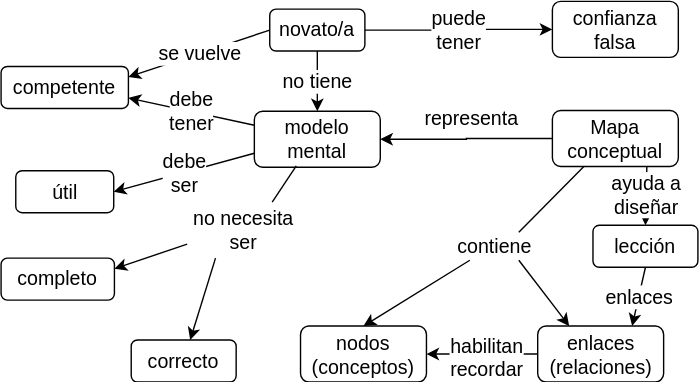
This is es/drawio/conceptmap-mental-models.svg from gvwilson/teachtogether.tech, a draw.io export, as it was before one commit. Source tidied: cells renumbered, new cells last; positions are measured from the earlier drawing's top-left corner, leaving out a move shared by most shapes. The source it was exported from:
```xml
<mxGraphModel>
  <root>
    <mxCell id="0" />
    <mxCell id="1" parent="0" />
    <mxCell id="2" value="modelo&lt;br&gt;mental" style="rounded=1;whiteSpace=wrap;html=1;fontSize=14;" parent="1" vertex="1">
      <mxGeometry x="181" y="79" width="90" height="40" as="geometry" />
    </mxCell>
    <mxCell id="3" value="competente" style="rounded=1;whiteSpace=wrap;html=1;fontSize=14;" parent="1" vertex="1">
      <mxGeometry y="47" width="91" height="30" as="geometry" />
    </mxCell>
    <mxCell id="4" value="no tiene" style="edgeStyle=orthogonalEdgeStyle;rounded=0;jettySize=auto;html=1;exitX=0.5;exitY=1;exitDx=0;exitDy=0;fontSize=14;" parent="1" edge="1" source="6" target="2">
      <mxGeometry relative="1" as="geometry" />
    </mxCell>
    <mxCell id="5" value="puede&lt;br&gt;tener" style="edgeStyle=orthogonalEdgeStyle;rounded=0;jettySize=auto;html=1;exitX=1;exitY=0.5;exitDx=0;exitDy=0;entryX=0;entryY=0.5;entryDx=0;entryDy=0;fontSize=14;" parent="1" edge="1" source="6" target="8">
      <mxGeometry relative="1" as="geometry" />
    </mxCell>
    <mxCell id="6" value="novato/a" style="rounded=1;whiteSpace=wrap;html=1;fontSize=14;" parent="1" vertex="1">
      <mxGeometry x="192" y="6" width="68" height="30" as="geometry" />
    </mxCell>
    <mxCell id="7" value="útil" style="rounded=1;whiteSpace=wrap;html=1;fontSize=14;" parent="1" vertex="1">
      <mxGeometry x="10.5" y="121.5" width="70" height="30" as="geometry" />
    </mxCell>
    <mxCell id="8" value="confianza&lt;br&gt;falsa" style="rounded=1;whiteSpace=wrap;html=1;fontSize=14;" parent="1" vertex="1">
      <mxGeometry x="394" y="0.5" width="90" height="40" as="geometry" />
    </mxCell>
    <mxCell id="9" value="representa" style="edgeStyle=orthogonalEdgeStyle;rounded=0;jettySize=auto;html=1;exitX=0;exitY=0.5;exitDx=0;exitDy=0;entryX=1;entryY=0.5;entryDx=0;entryDy=0;fontSize=14;" parent="1" edge="1" source="10" target="2">
      <mxGeometry x="-0.06" y="-15" relative="1" as="geometry" />
    </mxCell>
    <mxCell id="10" value="Mapa&lt;br&gt;conceptual" style="rounded=1;whiteSpace=wrap;html=1;fontSize=14;" parent="1" vertex="1">
      <mxGeometry x="394" y="78.5" width="90" height="40" as="geometry" />
    </mxCell>
    <mxCell id="11" value="no necesita&lt;br&gt;ser" style="text;html=1;strokeColor=none;fillColor=none;align=center;verticalAlign=middle;whiteSpace=wrap;rounded=0;fontSize=14;" parent="1" vertex="1">
      <mxGeometry x="133" y="144" width="81" height="40" as="geometry" />
    </mxCell>
    <mxCell id="12" value="completo" style="rounded=1;whiteSpace=wrap;html=1;fontSize=14;" parent="1" vertex="1">
      <mxGeometry y="184" width="81" height="30" as="geometry" />
    </mxCell>
    <mxCell id="13" value="correcto" style="rounded=1;whiteSpace=wrap;html=1;fontSize=14;" parent="1" vertex="1">
      <mxGeometry x="93" y="242.5" width="75" height="30" as="geometry" />
    </mxCell>
    <mxCell id="14" style="endArrow=none;html=1;fontSize=14;entryX=0.333;entryY=0.975;entryDx=0;entryDy=0;entryPerimeter=0;exitX=0.75;exitY=0;exitDx=0;exitDy=0;" parent="1" edge="1" source="11" target="2">
      <mxGeometry relative="1" as="geometry" />
    </mxCell>
    <mxCell id="15" style="endArrow=classic;html=1;fontSize=14;exitX=0;exitY=0.75;exitDx=0;exitDy=0;entryX=1;entryY=0.25;entryDx=0;entryDy=0;" parent="1" edge="1" source="11" target="12">
      <mxGeometry relative="1" as="geometry" />
    </mxCell>
    <mxCell id="16" style="endArrow=classic;html=1;fontSize=14;exitX=0.25;exitY=1;exitDx=0;exitDy=0;" parent="1" edge="1" source="11" target="13">
      <mxGeometry relative="1" as="geometry" />
    </mxCell>
    <mxCell id="17" value="nodos&lt;br&gt;(conceptos)" style="rounded=1;whiteSpace=wrap;html=1;fontSize=14;" parent="1" vertex="1">
      <mxGeometry x="214" y="232.5" width="90" height="40" as="geometry" />
    </mxCell>
    <mxCell id="18" value="enlaces&lt;br&gt;(relaciones)" style="rounded=1;whiteSpace=wrap;html=1;fontSize=14;" parent="1" vertex="1">
      <mxGeometry x="383.5" y="232.5" width="90" height="40" as="geometry" />
    </mxCell>
    <mxCell id="19" value="lección" style="rounded=1;whiteSpace=wrap;html=1;fontSize=14;" parent="1" vertex="1">
      <mxGeometry x="423" y="160.5" width="75" height="30" as="geometry" />
    </mxCell>
    <mxCell id="20" value="ayuda a&lt;br&gt;diseñar" style="endArrow=classic;html=1;fontSize=14;entryX=0.5;entryY=0;entryDx=0;entryDy=0;exitX=0.75;exitY=1;exitDx=0;exitDy=0;" parent="1" edge="1" source="10" target="19">
      <mxGeometry relative="1" as="geometry" />
    </mxCell>
    <mxCell id="21" style="endArrow=classic;html=1;fontSize=14;exitX=0;exitY=0.5;exitDx=0;exitDy=0;entryX=1;entryY=0.5;entryDx=0;entryDy=0;" parent="1" edge="1" source="18" target="17">
      <mxGeometry relative="1" as="geometry" />
    </mxCell>
    <mxCell id="22" value="habilitan&lt;br&gt;recordar" style="text;html=1;align=center;verticalAlign=middle;labelBackgroundColor=#ffffff;fontSize=14;" parent="21" vertex="1">
      <mxGeometry x="-0.06" y="2" relative="1" as="geometry" />
    </mxCell>
    <mxCell id="23" value="debe&lt;br&gt;ser" style="endArrow=classic;html=1;fontSize=14;exitX=0;exitY=0.75;exitDx=0;exitDy=0;entryX=1;entryY=0.5;entryDx=0;entryDy=0;" parent="1" edge="1" source="2" target="7">
      <mxGeometry relative="1" as="geometry" />
    </mxCell>
    <mxCell id="24" value="se vuelve" style="endArrow=classic;html=1;fontSize=14;exitX=0;exitY=0.5;exitDx=0;exitDy=0;entryX=1;entryY=0.25;entryDx=0;entryDy=0;" parent="1" edge="1" source="6" target="3">
      <mxGeometry relative="1" as="geometry" />
    </mxCell>
    <mxCell id="25" value="debe&lt;br&gt;tener" style="endArrow=classic;html=1;fontSize=14;entryX=1;entryY=0.75;entryDx=0;entryDy=0;exitX=0;exitY=0.25;exitDx=0;exitDy=0;" parent="1" edge="1" source="2" target="3">
      <mxGeometry relative="1" as="geometry" />
    </mxCell>
    <mxCell id="26" value="contiene" style="text;html=1;strokeColor=none;fillColor=none;align=center;verticalAlign=middle;whiteSpace=wrap;rounded=0;fontSize=14;" parent="1" vertex="1">
      <mxGeometry x="317.5" y="165.5" width="70" height="20" as="geometry" />
    </mxCell>
    <mxCell id="27" style="endArrow=none;html=1;fontSize=14;entryX=0.25;entryY=1;entryDx=0;entryDy=0;exitX=0.75;exitY=0;exitDx=0;exitDy=0;" parent="1" edge="1" source="26" target="10">
      <mxGeometry relative="1" as="geometry" />
    </mxCell>
    <mxCell id="28" style="endArrow=classic;html=1;fontSize=14;entryX=0.25;entryY=0;entryDx=0;entryDy=0;exitX=0.75;exitY=1;exitDx=0;exitDy=0;" parent="1" edge="1" source="26" target="18">
      <mxGeometry relative="1" as="geometry" />
    </mxCell>
    <mxCell id="29" style="endArrow=classic;html=1;fontSize=14;entryX=0.5;entryY=0;entryDx=0;entryDy=0;exitX=0.25;exitY=1;exitDx=0;exitDy=0;" parent="1" edge="1" source="26" target="17">
      <mxGeometry relative="1" as="geometry" />
    </mxCell>
    <mxCell id="30" value="enlaces" style="endArrow=classic;html=1;fontSize=14;entryX=0.75;entryY=0;entryDx=0;entryDy=0;exitX=0.5;exitY=1;exitDx=0;exitDy=0;" parent="1" edge="1" source="19" target="18">
      <mxGeometry relative="1" as="geometry" />
    </mxCell>
  </root>
</mxGraphModel>
```
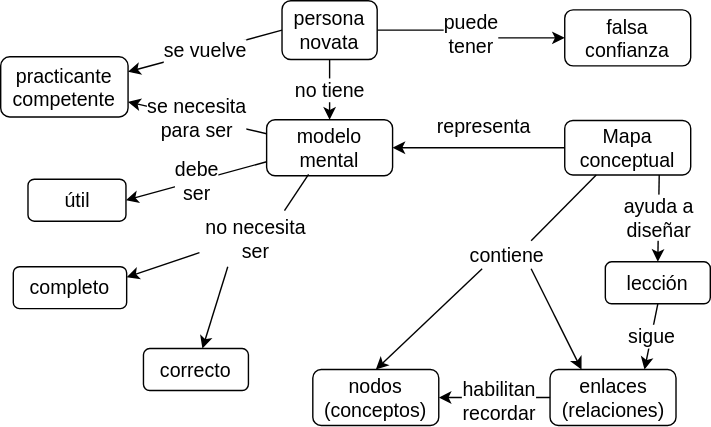
The same diagram one commit later.

Commit message:
2da revisión mental models concept map

Diff of the diagram source:
```diff
@@ -5,8 +5,8 @@
     <mxCell id="2" value="modelo&lt;br&gt;mental" style="rounded=1;whiteSpace=wrap;html=1;fontSize=14;" parent="1" vertex="1">
       <mxGeometry x="181" y="79" width="90" height="40" as="geometry" />
     </mxCell>
-    <mxCell id="3" value="competente" style="rounded=1;whiteSpace=wrap;html=1;fontSize=14;" parent="1" vertex="1">
-      <mxGeometry y="47" width="91" height="30" as="geometry" />
+    <mxCell id="3" value="practicante&lt;br&gt;competente" style="rounded=1;whiteSpace=wrap;html=1;fontSize=14;" parent="1" vertex="1">
+      <mxGeometry x="-9" y="34" width="91" height="43" as="geometry" />
     </mxCell>
     <mxCell id="4" value="no tiene" style="edgeStyle=orthogonalEdgeStyle;rounded=0;jettySize=auto;html=1;exitX=0.5;exitY=1;exitDx=0;exitDy=0;fontSize=14;" parent="1" edge="1" source="6" target="2">
       <mxGeometry relative="1" as="geometry" />
@@ -14,20 +14,20 @@
     <mxCell id="5" value="puede&lt;br&gt;tener" style="edgeStyle=orthogonalEdgeStyle;rounded=0;jettySize=auto;html=1;exitX=1;exitY=0.5;exitDx=0;exitDy=0;entryX=0;entryY=0.5;entryDx=0;entryDy=0;fontSize=14;" parent="1" edge="1" source="6" target="8">
       <mxGeometry relative="1" as="geometry" />
     </mxCell>
-    <mxCell id="6" value="novato/a" style="rounded=1;whiteSpace=wrap;html=1;fontSize=14;" parent="1" vertex="1">
-      <mxGeometry x="192" y="6" width="68" height="30" as="geometry" />
+    <mxCell id="6" value="persona novata" style="rounded=1;whiteSpace=wrap;html=1;fontSize=14;" parent="1" vertex="1">
+      <mxGeometry x="192" y="-6" width="68" height="42" as="geometry" />
     </mxCell>
     <mxCell id="7" value="útil" style="rounded=1;whiteSpace=wrap;html=1;fontSize=14;" parent="1" vertex="1">
       <mxGeometry x="10.5" y="121.5" width="70" height="30" as="geometry" />
     </mxCell>
-    <mxCell id="8" value="confianza&lt;br&gt;falsa" style="rounded=1;whiteSpace=wrap;html=1;fontSize=14;" parent="1" vertex="1">
+    <mxCell id="8" value="falsa&lt;br&gt;confianza" style="rounded=1;whiteSpace=wrap;html=1;fontSize=14;" parent="1" vertex="1">
       <mxGeometry x="394" y="0.5" width="90" height="40" as="geometry" />
     </mxCell>
     <mxCell id="9" value="representa" style="edgeStyle=orthogonalEdgeStyle;rounded=0;jettySize=auto;html=1;exitX=0;exitY=0.5;exitDx=0;exitDy=0;entryX=1;entryY=0.5;entryDx=0;entryDy=0;fontSize=14;" parent="1" edge="1" source="10" target="2">
       <mxGeometry x="-0.06" y="-15" relative="1" as="geometry" />
     </mxCell>
     <mxCell id="10" value="Mapa&lt;br&gt;conceptual" style="rounded=1;whiteSpace=wrap;html=1;fontSize=14;" parent="1" vertex="1">
-      <mxGeometry x="394" y="78.5" width="90" height="40" as="geometry" />
+      <mxGeometry x="394" y="79.5" width="90" height="39" as="geometry" />
     </mxCell>
     <mxCell id="11" value="no necesita&lt;br&gt;ser" style="text;html=1;strokeColor=none;fillColor=none;align=center;verticalAlign=middle;whiteSpace=wrap;rounded=0;fontSize=14;" parent="1" vertex="1">
       <mxGeometry x="133" y="144" width="81" height="40" as="geometry" />
@@ -48,13 +48,13 @@
       <mxGeometry relative="1" as="geometry" />
     </mxCell>
     <mxCell id="17" value="nodos&lt;br&gt;(conceptos)" style="rounded=1;whiteSpace=wrap;html=1;fontSize=14;" parent="1" vertex="1">
-      <mxGeometry x="214" y="232.5" width="90" height="40" as="geometry" />
+      <mxGeometry x="214" y="257.5" width="90" height="40" as="geometry" />
     </mxCell>
     <mxCell id="18" value="enlaces&lt;br&gt;(relaciones)" style="rounded=1;whiteSpace=wrap;html=1;fontSize=14;" parent="1" vertex="1">
-      <mxGeometry x="383.5" y="232.5" width="90" height="40" as="geometry" />
+      <mxGeometry x="383.5" y="257.5" width="90" height="40" as="geometry" />
     </mxCell>
     <mxCell id="19" value="lección" style="rounded=1;whiteSpace=wrap;html=1;fontSize=14;" parent="1" vertex="1">
-      <mxGeometry x="423" y="160.5" width="75" height="30" as="geometry" />
+      <mxGeometry x="423" y="180.5" width="75" height="30" as="geometry" />
     </mxCell>
     <mxCell id="20" value="ayuda a&lt;br&gt;diseñar" style="endArrow=classic;html=1;fontSize=14;entryX=0.5;entryY=0;entryDx=0;entryDy=0;exitX=0.75;exitY=1;exitDx=0;exitDy=0;" parent="1" edge="1" source="10" target="19">
       <mxGeometry relative="1" as="geometry" />
@@ -71,7 +71,7 @@
     <mxCell id="24" value="se vuelve" style="endArrow=classic;html=1;fontSize=14;exitX=0;exitY=0.5;exitDx=0;exitDy=0;entryX=1;entryY=0.25;entryDx=0;entryDy=0;" parent="1" edge="1" source="6" target="3">
       <mxGeometry relative="1" as="geometry" />
     </mxCell>
-    <mxCell id="25" value="debe&lt;br&gt;tener" style="endArrow=classic;html=1;fontSize=14;entryX=1;entryY=0.75;entryDx=0;entryDy=0;exitX=0;exitY=0.25;exitDx=0;exitDy=0;" parent="1" edge="1" source="2" target="3">
+    <mxCell id="25" value="se necesita&lt;br&gt;para ser" style="endArrow=classic;html=1;fontSize=14;entryX=1;entryY=0.75;entryDx=0;entryDy=0;exitX=0;exitY=0.25;exitDx=0;exitDy=0;" parent="1" edge="1" source="2" target="3">
       <mxGeometry relative="1" as="geometry" />
     </mxCell>
     <mxCell id="26" value="contiene" style="text;html=1;strokeColor=none;fillColor=none;align=center;verticalAlign=middle;whiteSpace=wrap;rounded=0;fontSize=14;" parent="1" vertex="1">
@@ -86,7 +86,7 @@
     <mxCell id="29" style="endArrow=classic;html=1;fontSize=14;entryX=0.5;entryY=0;entryDx=0;entryDy=0;exitX=0.25;exitY=1;exitDx=0;exitDy=0;" parent="1" edge="1" source="26" target="17">
       <mxGeometry relative="1" as="geometry" />
     </mxCell>
-    <mxCell id="30" value="enlaces" style="endArrow=classic;html=1;fontSize=14;entryX=0.75;entryY=0;entryDx=0;entryDy=0;exitX=0.5;exitY=1;exitDx=0;exitDy=0;" parent="1" edge="1" source="19" target="18">
+    <mxCell id="30" value="sigue" style="endArrow=classic;html=1;fontSize=14;entryX=0.75;entryY=0;entryDx=0;entryDy=0;exitX=0.5;exitY=1;exitDx=0;exitDy=0;" parent="1" edge="1" source="19" target="18">
       <mxGeometry relative="1" as="geometry" />
     </mxCell>
   </root>
```
